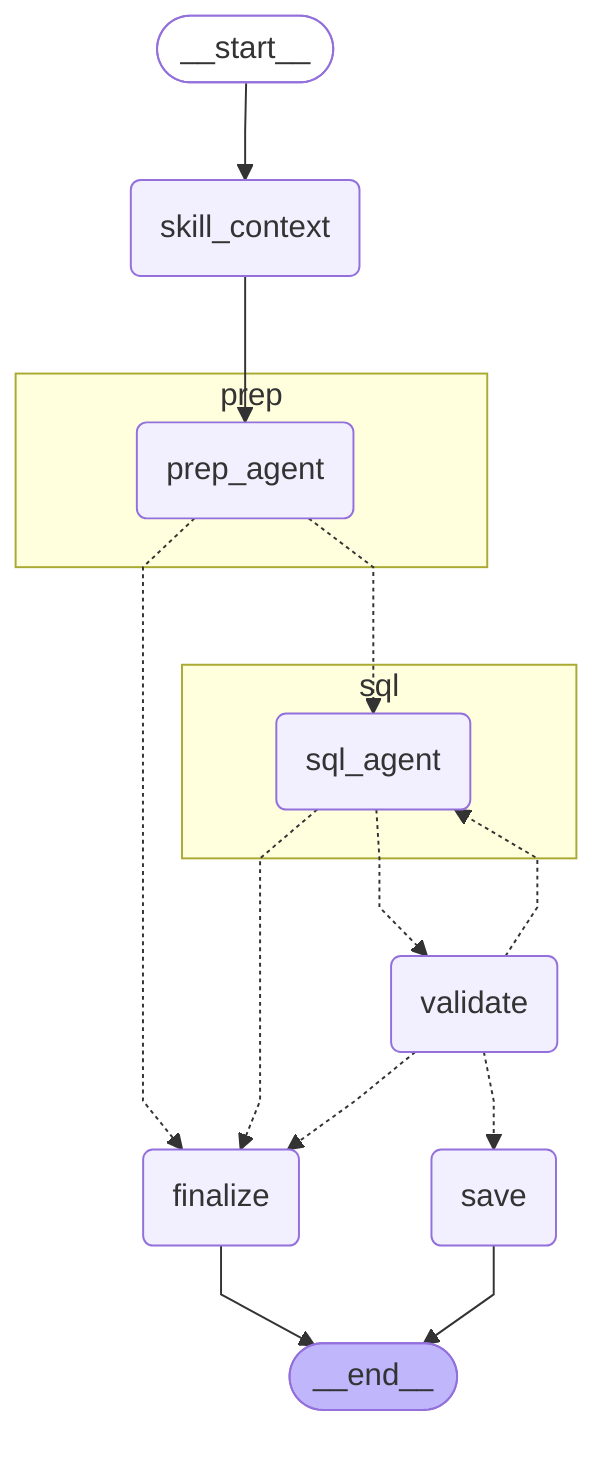
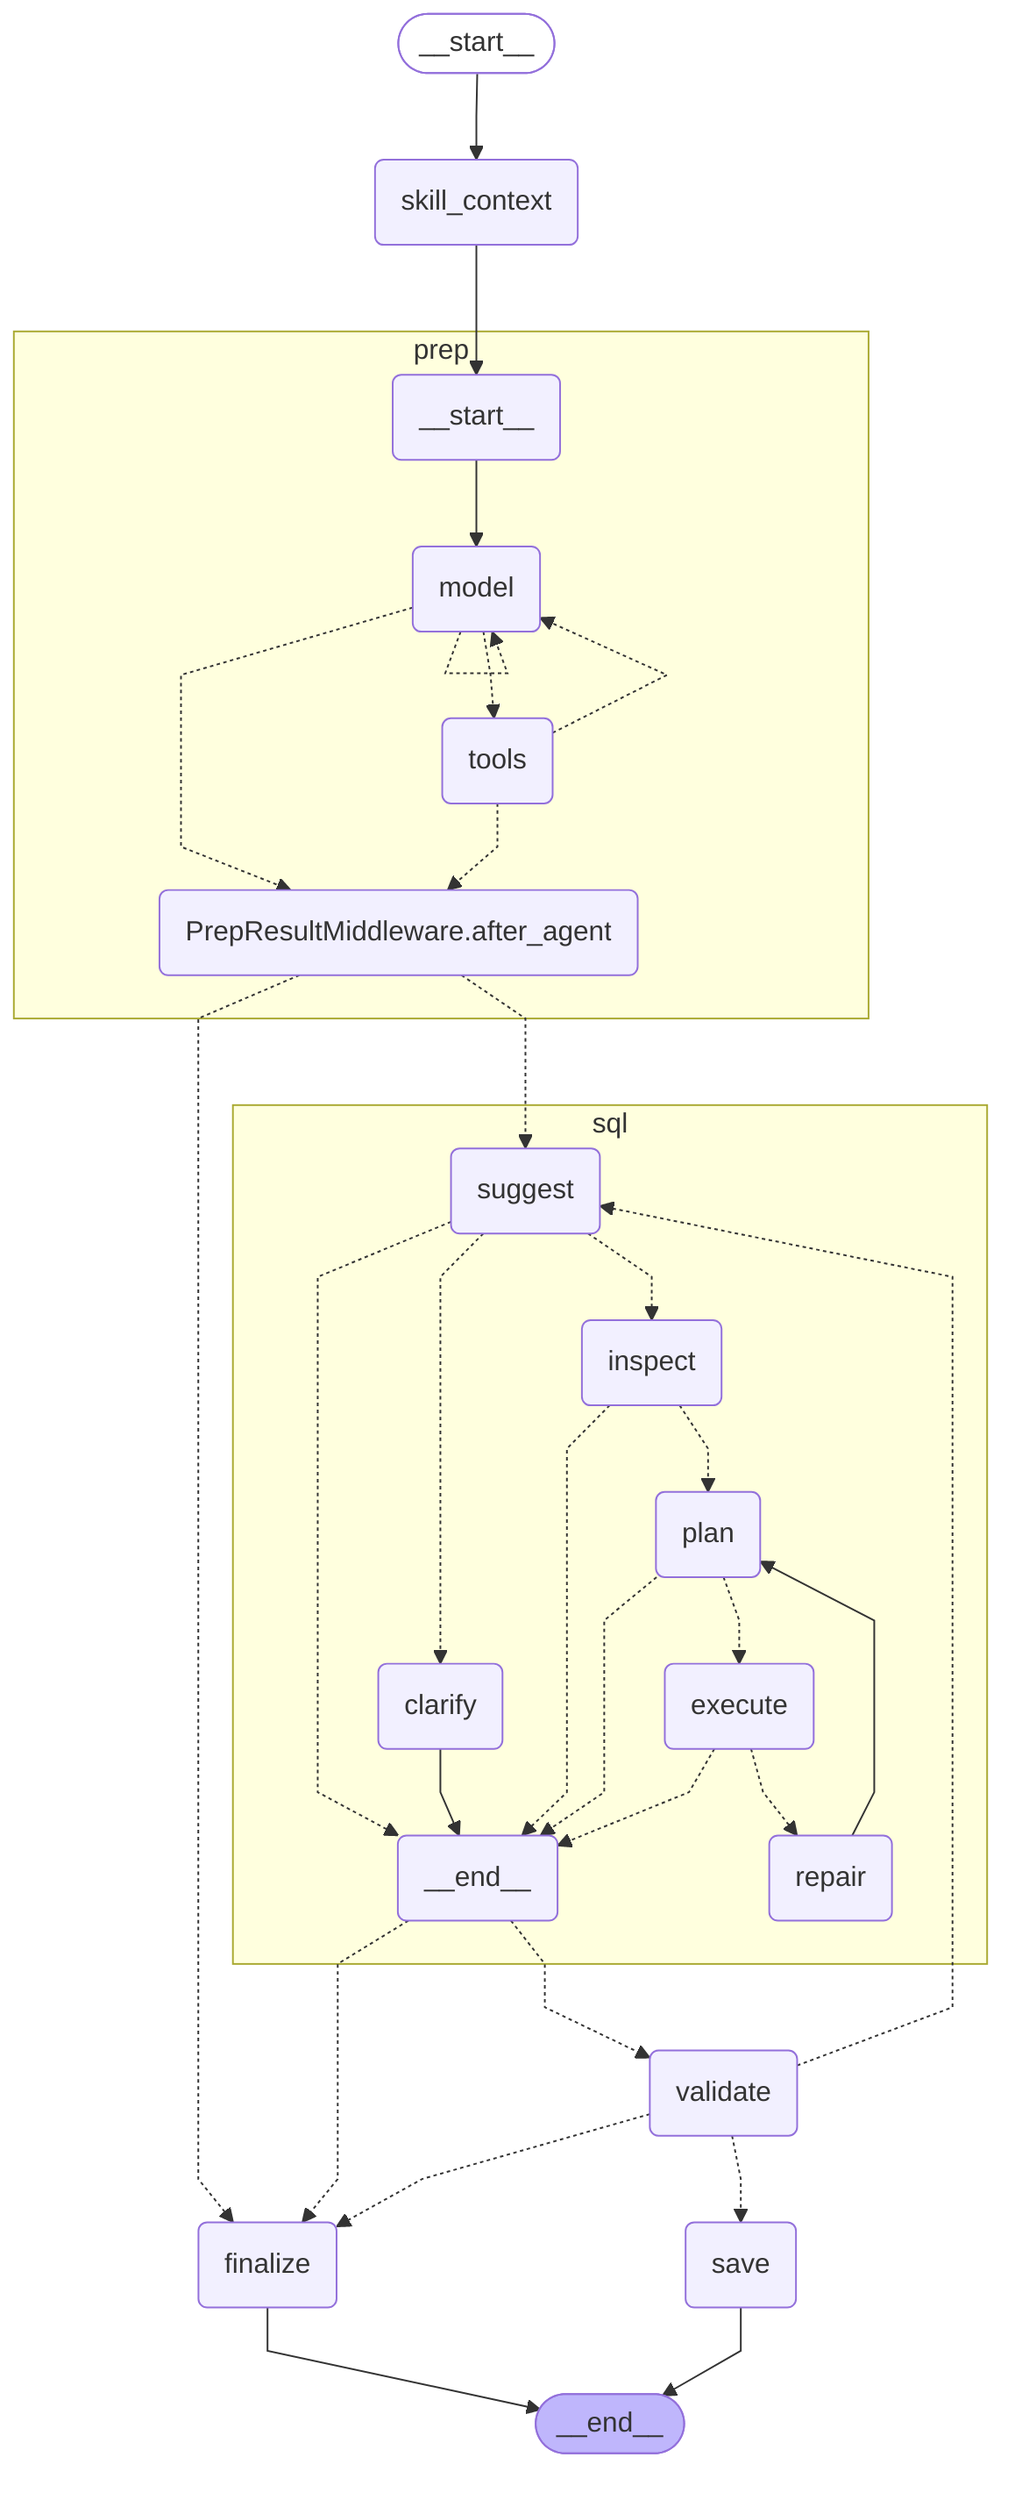
---
config:
  flowchart:
    curve: linear
---
graph TD;
	__start__([<p>__start__</p>]):::first
	skill_context(skill_context)
	validate(validate)
	save(save)
	finalize(finalize)
	__end__([<p>__end__</p>]):::last
	__start__ --> skill_context;
- 	prep\3aprep_agent -.-> finalize;
- 	prep\3aprep_agent -.-> sql\3asql_agent;
- 	skill_context --> prep\3aprep_agent;
- 	sql\3asql_agent -.-> finalize;
- 	sql\3asql_agent -.-> validate;
+ 	prep\3aPrepResultMiddleware\2eafter_agent -.-> finalize;
+ 	prep\3aPrepResultMiddleware\2eafter_agent -.-> sql\3asuggest;
+ 	skill_context --> prep\3a__start__;
+ 	sql\3a__end__ -.-> finalize;
+ 	sql\3a__end__ -.-> validate;
	validate -.-> finalize;
	validate -.-> save;
- 	validate -.-> sql\3asql_agent;
+ 	validate -.-> sql\3asuggest;
	finalize --> __end__;
	save --> __end__;
	subgraph prep
- 	prep\3aprep_agent(prep_agent)
+ 	prep\3a__start__(<p>__start__</p>)
+ 	prep\3amodel(model)
+ 	prep\3atools(tools)
+ 	prep\3aPrepResultMiddleware\2eafter_agent(PrepResultMiddleware.after_agent)
+ 	prep\3a__start__ --> prep\3amodel;
+ 	prep\3amodel -.-> prep\3aPrepResultMiddleware\2eafter_agent;
+ 	prep\3amodel -.-> prep\3atools;
+ 	prep\3atools -.-> prep\3aPrepResultMiddleware\2eafter_agent;
+ 	prep\3atools -.-> prep\3amodel;
+ 	prep\3amodel -.-> prep\3amodel;
	end
	subgraph sql
- 	sql\3asql_agent(sql_agent)
+ 	sql\3asuggest(suggest)
+ 	sql\3aclarify(clarify)
+ 	sql\3ainspect(inspect)
+ 	sql\3aplan(plan)
+ 	sql\3aexecute(execute)
+ 	sql\3arepair(repair)
+ 	sql\3a__end__(<p>__end__</p>)
+ 	sql\3aexecute -.-> sql\3a__end__;
+ 	sql\3aexecute -.-> sql\3arepair;
+ 	sql\3ainspect -.-> sql\3a__end__;
+ 	sql\3ainspect -.-> sql\3aplan;
+ 	sql\3aplan -.-> sql\3a__end__;
+ 	sql\3aplan -.-> sql\3aexecute;
+ 	sql\3arepair --> sql\3aplan;
+ 	sql\3asuggest -.-> sql\3a__end__;
+ 	sql\3asuggest -.-> sql\3aclarify;
+ 	sql\3asuggest -.-> sql\3ainspect;
+ 	sql\3aclarify --> sql\3a__end__;
	end
	classDef default fill:#f2f0ff,line-height:1.2
	classDef first fill-opacity:0
	classDef last fill:#bfb6fc
